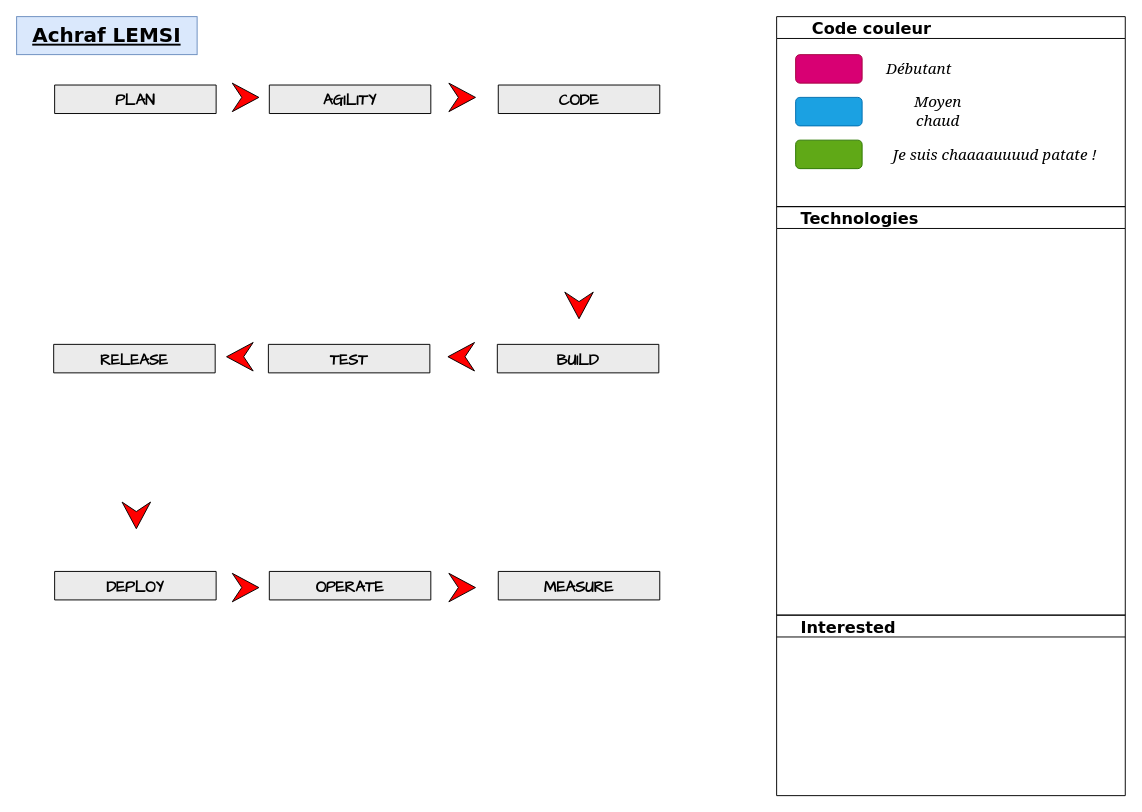
Before: skills.drawio in teolia/TeoSchool_skills, a draw.io diagram. Source tidied: cells renumbered, new cells numbered last; positions are measured from the earlier drawing's top-left corner, leaving out a move shared by most shapes. Both pictures are drawn from the tidied source at 95%, with x=0, y=0 at pixel (16, 16).
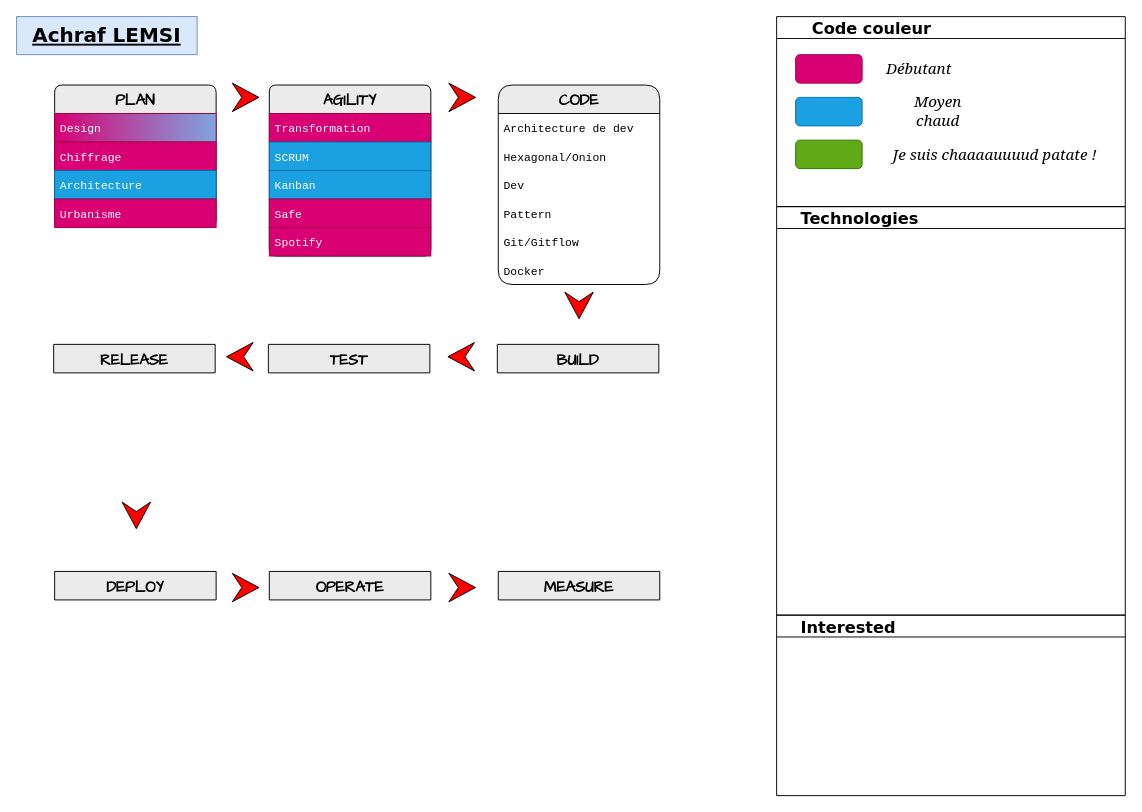
The same diagram, later.

Commit message:
Update skills.drawio plan/agility

Diff of the diagram source:
```diff
@@
-    <mxCell id="3" value="PLAN" style="swimlane;fontStyle=1;horizontal=1;startSize=30;fontFamily=Comic Sans MS;rounded=1;arcSize=9;labelBackgroundColor=none;fillColor=#EBEBEB;fontSize=16;" parent="1" vertex="1" collapsed="1">
-      <mxGeometry x="40" y="72" width="170" height="30" as="geometry" />
+    <mxCell id="3" value="PLAN" style="swimlane;fontStyle=1;horizontal=1;startSize=30;fontFamily=Comic Sans MS;rounded=1;arcSize=9;labelBackgroundColor=none;fillColor=#EBEBEB;fontSize=16;" parent="1" vertex="1">
+      <mxGeometry x="40" y="72" width="170" height="150" as="geometry" />
     </mxCell>
+    <mxCell id="29" value="Design" style="text;align=left;verticalAlign=middle;spacingLeft=4;spacingRight=4;overflow=hidden;fontFamily=Courier New;fillColor=#d80073;fontColor=#FFFFFF;strokeColor=#A50040;fontStyle=0;gradientColor=#7EA6E0;gradientDirection=east;" parent="3" vertex="1">
+      <mxGeometry y="30" width="170" height="30" as="geometry" />
+    </mxCell>
+    <mxCell id="30" value="Chiffrage" style="text;align=left;verticalAlign=middle;spacingLeft=4;spacingRight=4;overflow=hidden;fontFamily=Courier New;fillColor=#d80073;fontColor=#ffffff;strokeColor=#A50040;" parent="3" vertex="1">
+      <mxGeometry y="60" width="170" height="30" as="geometry" />
+    </mxCell>
+    <mxCell id="31" value="Architecture" style="text;align=left;verticalAlign=middle;spacingLeft=4;spacingRight=4;overflow=hidden;fontFamily=Courier New;fillColor=#1ba1e2;fontColor=#ffffff;strokeColor=#006EAF;" parent="3" vertex="1">
+      <mxGeometry y="90" width="170" height="30" as="geometry" />
+    </mxCell>
+    <mxCell id="32" value="Urbanisme" style="text;strokeColor=#A50040;fillColor=#d80073;align=left;verticalAlign=middle;spacingLeft=4;spacingRight=4;overflow=hidden;fontFamily=Courier New;fontColor=#ffffff;" parent="3" vertex="1">
+      <mxGeometry y="120" width="170" height="30" as="geometry" />
+    </mxCell>
-    <mxCell id="4" value="AGILITY" style="swimlane;fontStyle=1;horizontal=1;startSize=30;fontFamily=Comic Sans MS;rounded=1;arcSize=8;labelBackgroundColor=none;fillColor=#EBEBEB;fontSize=16;" parent="1" vertex="1" collapsed="1">
-      <mxGeometry x="266" y="72" width="170" height="30" as="geometry" />
+    <mxCell id="4" value="AGILITY" style="swimlane;fontStyle=1;horizontal=1;startSize=30;fontFamily=Comic Sans MS;rounded=1;arcSize=8;labelBackgroundColor=none;fillColor=#EBEBEB;fontSize=16;" parent="1" vertex="1">
+      <mxGeometry x="266" y="72" width="170" height="180" as="geometry" />
     </mxCell>
+    <mxCell id="33" value="Transformation" style="text;align=left;verticalAlign=middle;spacingLeft=4;spacingRight=4;overflow=hidden;fontFamily=Courier New;fillColor=#d80073;fontColor=#ffffff;strokeColor=#A50040;" parent="4" vertex="1">
+      <mxGeometry y="30" width="170" height="30" as="geometry" />
+    </mxCell>
+    <mxCell id="34" value="SCRUM" style="text;align=left;verticalAlign=middle;spacingLeft=4;spacingRight=4;overflow=hidden;fontFamily=Courier New;fillColor=#1ba1e2;fontColor=#ffffff;strokeColor=#006EAF;" parent="4" vertex="1">
+      <mxGeometry y="60" width="170" height="30" as="geometry" />
+    </mxCell>
+    <mxCell id="35" value="Kanban" style="text;strokeColor=#006EAF;fillColor=#1ba1e2;align=left;verticalAlign=middle;spacingLeft=4;spacingRight=4;overflow=hidden;fontFamily=Courier New;fontColor=#ffffff;" parent="4" vertex="1">
+      <mxGeometry y="90" width="170" height="30" as="geometry" />
+    </mxCell>
+    <mxCell id="36" value="Safe" style="text;strokeColor=#A50040;fillColor=#d80073;align=left;verticalAlign=middle;spacingLeft=4;spacingRight=4;overflow=hidden;fontFamily=Courier New;fontColor=#ffffff;" parent="4" vertex="1">
+      <mxGeometry y="120" width="170" height="30" as="geometry" />
+    </mxCell>
+    <mxCell id="37" value="Spotify" style="text;strokeColor=#A50040;fillColor=#d80073;align=left;verticalAlign=middle;spacingLeft=4;spacingRight=4;overflow=hidden;fontFamily=Courier New;fontColor=#ffffff;" parent="4" vertex="1">
+      <mxGeometry y="150" width="170" height="30" as="geometry" />
+    </mxCell>
-    <mxCell id="5" value="CODE" style="swimlane;fontStyle=1;horizontal=1;startSize=30;fontFamily=Comic Sans MS;rounded=1;arcSize=17;labelBackgroundColor=none;fillColor=#EBEBEB;fontSize=16;" parent="1" vertex="1" collapsed="1">
-      <mxGeometry x="507" y="72" width="170" height="30" as="geometry" />
+    <mxCell id="5" value="CODE" style="swimlane;fontStyle=1;horizontal=1;startSize=30;fontFamily=Comic Sans MS;rounded=1;arcSize=17;labelBackgroundColor=none;fillColor=#EBEBEB;fontSize=16;" parent="1" vertex="1">
+      <mxGeometry x="507" y="72" width="170" height="210" as="geometry" />
     </mxCell>
+    <mxCell id="38" value="Architecture de dev" style="text;align=left;verticalAlign=middle;spacingLeft=4;spacingRight=4;overflow=hidden;fontFamily=Courier New;" parent="5" vertex="1">
+      <mxGeometry y="30" width="170" height="30" as="geometry" />
+    </mxCell>
+    <mxCell id="39" value="Hexagonal/Onion" style="text;strokeColor=none;fillColor=none;align=left;verticalAlign=middle;spacingLeft=4;spacingRight=4;overflow=hidden;fontFamily=Courier New;" parent="5" vertex="1">
+      <mxGeometry y="60" width="170" height="30" as="geometry" />
+    </mxCell>
+    <mxCell id="40" value="Dev" style="text;strokeColor=none;fillColor=none;align=left;verticalAlign=middle;spacingLeft=4;spacingRight=4;overflow=hidden;fontFamily=Courier New;" parent="5" vertex="1">
+      <mxGeometry y="90" width="170" height="30" as="geometry" />
+    </mxCell>
+    <mxCell id="41" value="Pattern" style="text;strokeColor=none;fillColor=none;align=left;verticalAlign=middle;spacingLeft=4;spacingRight=4;overflow=hidden;fontFamily=Courier New;" parent="5" vertex="1">
+      <mxGeometry y="120" width="170" height="30" as="geometry" />
+    </mxCell>
+    <mxCell id="42" value="Git/Gitflow" style="text;strokeColor=none;fillColor=none;align=left;verticalAlign=middle;spacingLeft=4;spacingRight=4;overflow=hidden;fontFamily=Courier New;" parent="5" vertex="1">
+      <mxGeometry y="150" width="170" height="30" as="geometry" />
+    </mxCell>
+    <mxCell id="43" value="Docker" style="text;strokeColor=none;fillColor=none;align=left;verticalAlign=middle;spacingLeft=4;spacingRight=4;overflow=hidden;fontFamily=Courier New;" parent="5" vertex="1">
+      <mxGeometry y="180" width="170" height="30" as="geometry" />
+    </mxCell>
```
